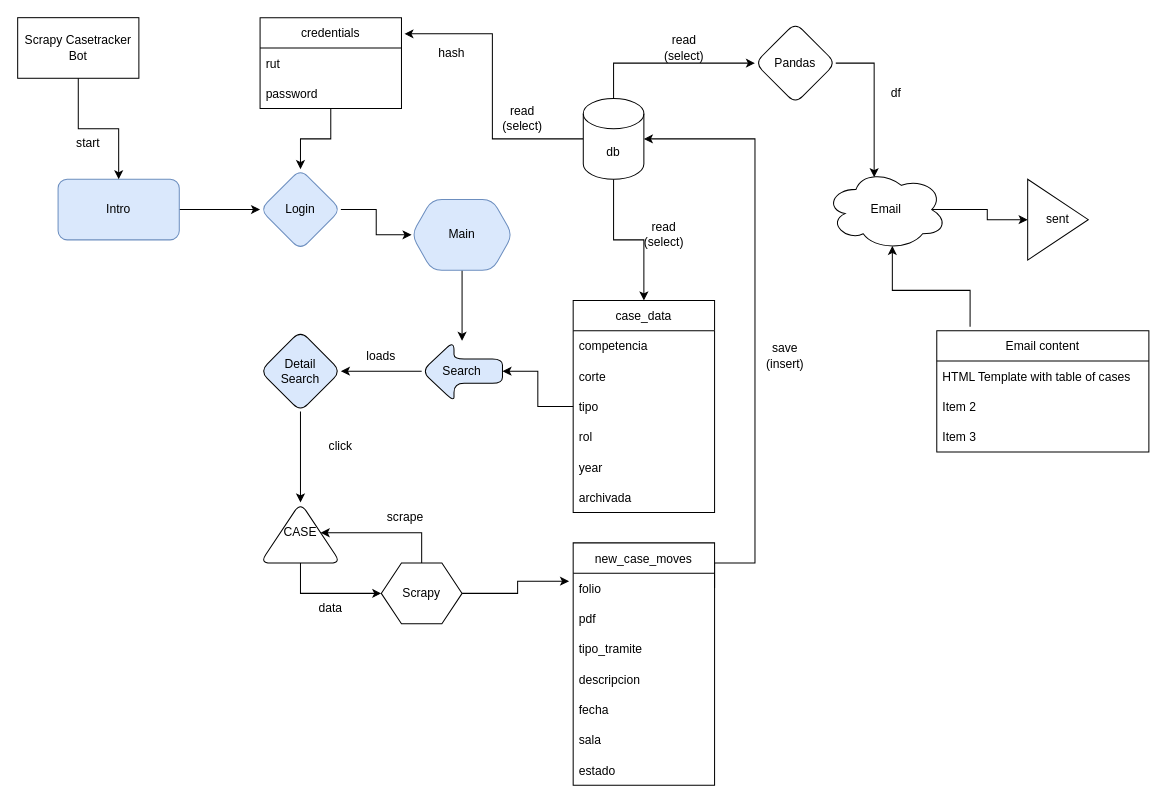
The draw.io diagram page "houndv2" (1 of 2) of houndv2_diagram.drawio in monk3yd/hound-scraper, before the edit. Source tidied: cells renumbered, new cells numbered last; positions are measured from the earlier drawing's top-left corner, leaving out a move shared by most shapes. Both pictures are drawn from the tidied source at 101%, with x=0, y=0 at pixel (17, 17).
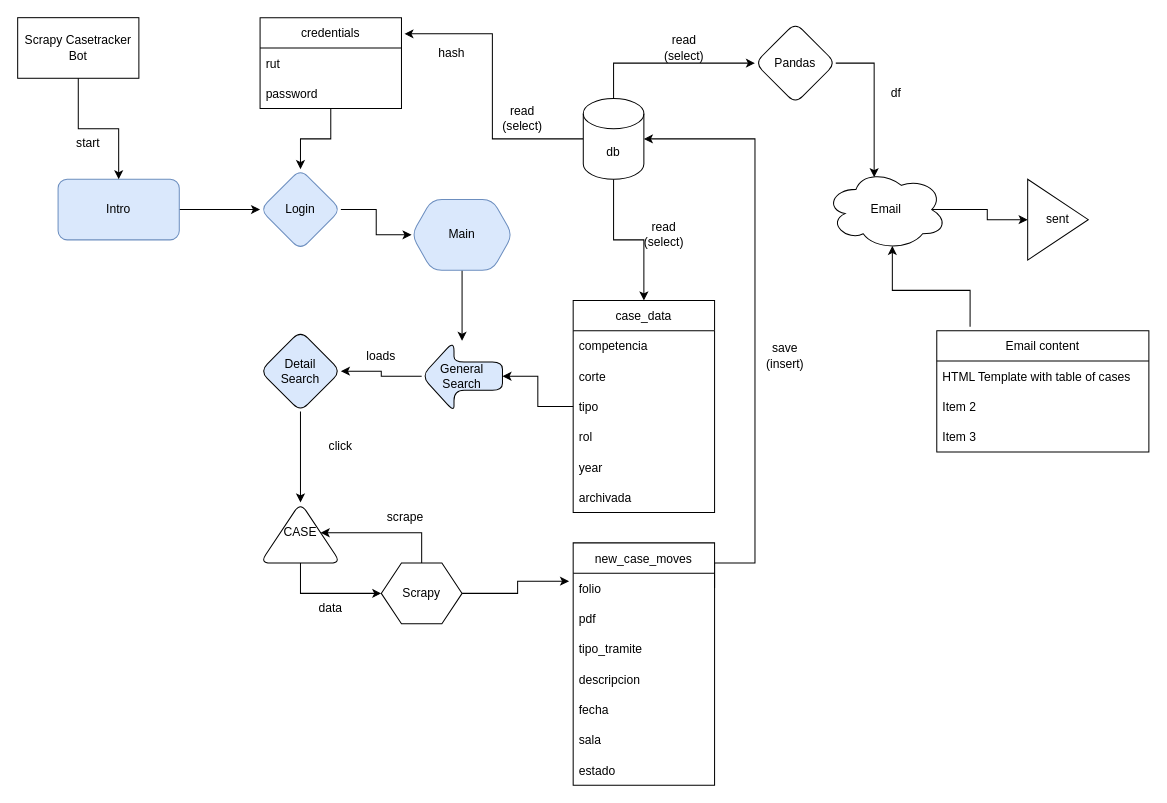
The same diagram, later.

The edit, as a diff of the source:
```diff
@@
-    <mxCell id="10" value="Search" style="shape=singleArrow;whiteSpace=wrap;html=1;arrowWidth=0.4;arrowSize=0.4;rounded=1;rotation=0;direction=west;fillColor=#DAE8FC;" parent="1" vertex="1">
-      <mxGeometry x="400" y="320" width="80" height="60" as="geometry" />
+    <mxCell id="10" value="General Search" style="shape=singleArrow;whiteSpace=wrap;html=1;arrowWidth=0.4;arrowSize=0.4;rounded=1;rotation=0;direction=west;fillColor=#DAE8FC;" parent="1" vertex="1">
+      <mxGeometry x="400" y="320" width="80" height="70" as="geometry" />
     </mxCell>
```
